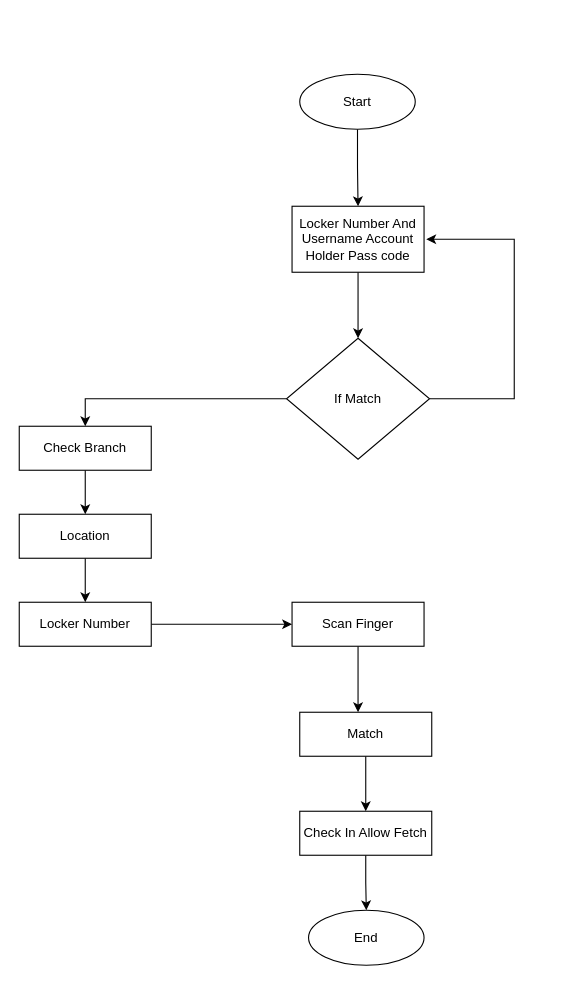
This is FLowChart/CheckIn_FLowChart.drawio from ApilLamsal/My-Work-For-Draw.io, a draw.io file, before an edit. Source tidied: cells renumbered, new cells numbered last; positions are measured from the earlier drawing's top-left corner, leaving out a move shared by most shapes. Both pictures are drawn from the tidied source at 110%, with x=0, y=0 at pixel (19, 74).
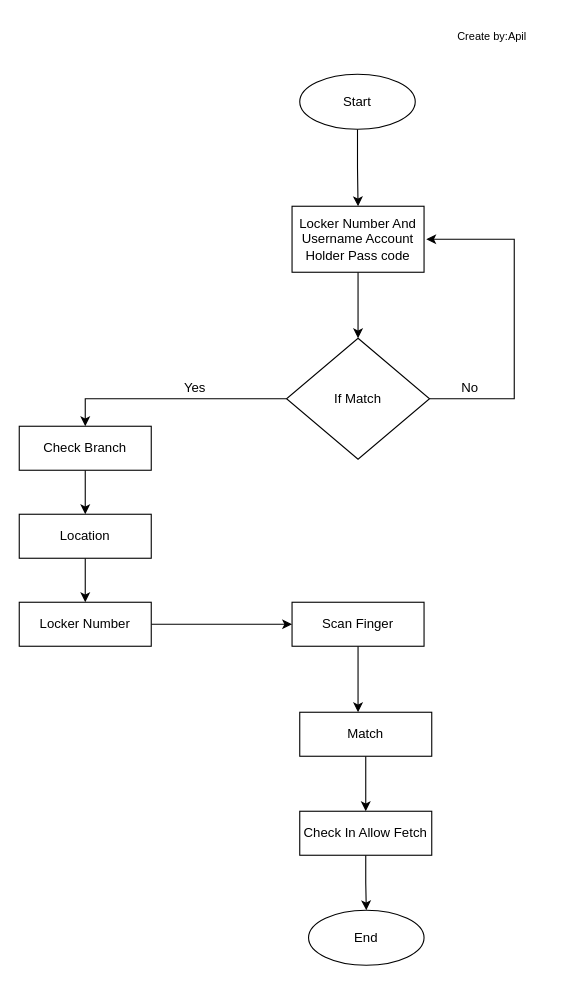
After the change.

Change to the diagram source:
```diff
@@
+    <mxCell id="22" value="Yes" style="text;html=1;strokeColor=none;fillColor=none;align=center;verticalAlign=middle;whiteSpace=wrap;rounded=0;" parent="1" vertex="1">
+      <mxGeometry x="130" y="270" width="60" height="30" as="geometry" />
+    </mxCell>
+    <mxCell id="23" value="No" style="text;html=1;strokeColor=none;fillColor=none;align=center;verticalAlign=middle;whiteSpace=wrap;rounded=0;" parent="1" vertex="1">
+      <mxGeometry x="380" y="270" width="60" height="30" as="geometry" />
+    </mxCell>
+    <mxCell id="24" value="&lt;font style=&quot;font-size: 10px;&quot;&gt;Create by:Apil&lt;/font&gt;" style="text;html=1;strokeColor=none;fillColor=none;align=center;verticalAlign=middle;whiteSpace=wrap;rounded=0;fontSize=10;" parent="1" vertex="1">
+      <mxGeometry x="380" y="-50" width="100" height="30" as="geometry" />
+    </mxCell>
```
